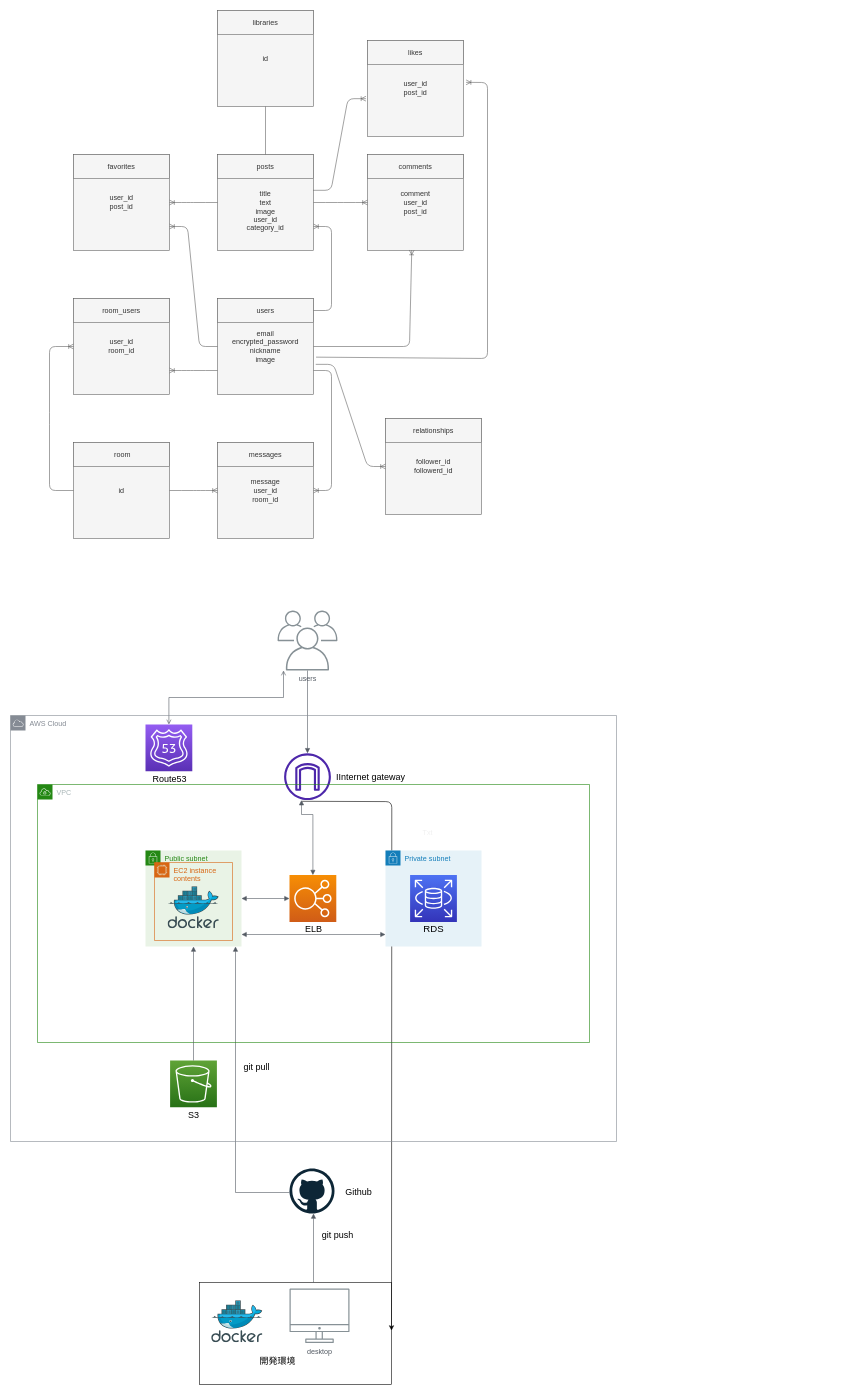
tech-zack/from-me-to-you-1 keeps this draw.io diagram as .dio. Above is the earlier version. Source tidied: cells renumbered, new cells numbered last; positions are measured from the earlier drawing's top-left corner, leaving out a move shared by most shapes. Both pictures are drawn from the tidied source at 60%, with x=0, y=0 at pixel (10, 10).
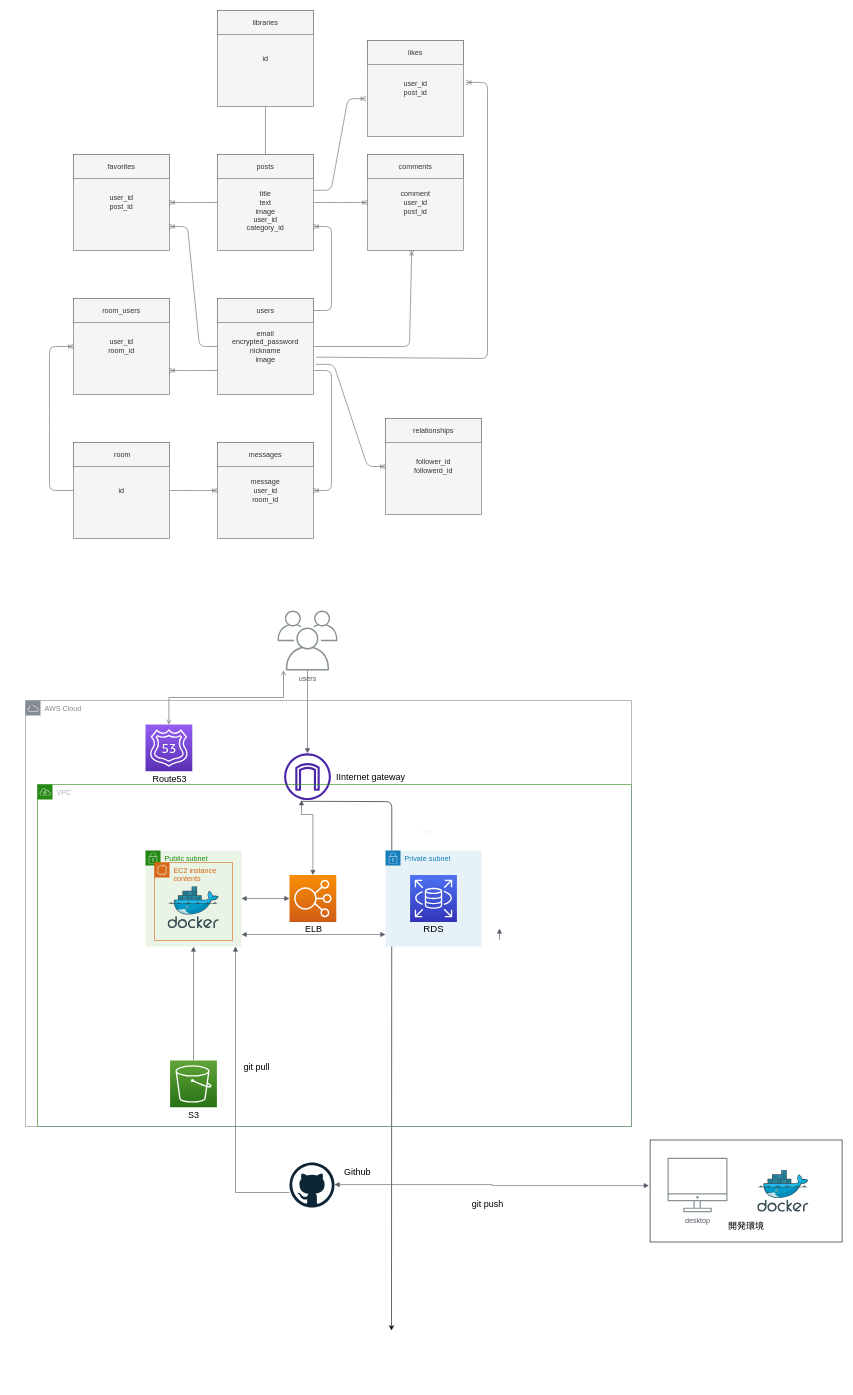
The same diagram, later.

Commit message (it also covers changes not shown here):
インフラ構成図画像変更

The edit, as a diff of the source:
```diff
@@
     <mxCell id="38" style="html=1;align=center;image;fontSize=12;image=img/lib/mscae/Docker.svg;fontColor=#F0F0F0;" parent="1" vertex="1">
-      <mxGeometry x="335" y="2150" width="85.4" height="70" as="geometry" />
+      <mxGeometry x="1245" y="1932.5" width="85.4" height="70" as="geometry" />
     </mxCell>
-    <mxCell id="39" style="dashed=0;html=1;align=center;labelPosition=center;verticalLabelPosition=bottom;verticalAlign=top;shape=mxgraph.weblogos.github;fontColor=#F0F0F0;" parent="1" vertex="1">
-      <mxGeometry x="465" y="1930" width="75" height="75" as="geometry" />
-    </mxCell>
     <mxCell id="40" value="desktop" style="gradientColor=none;fontColor=#545B64;strokeColor=none;fillColor=#879196;dashed=0;verticalLabelPosition=bottom;verticalAlign=top;align=center;html=1;fontSize=12;fontStyle=0;shape=mxgraph.aws4.illustration_desktop;" parent="1" vertex="1">
-      <mxGeometry x="465" y="2130" width="100" height="91" as="geometry" />
+      <mxGeometry x="1095" y="1912" width="100" height="91" as="geometry" />
     </mxCell>
     <mxCell id="41" style="rounded=0;whiteSpace=wrap;html=1;fontColor=#F0F0F0;fillColor=none;strokeColor=#080808;" parent="1" vertex="1">
-      <mxGeometry x="315" y="2120" width="320" height="170" as="geometry" />
+      <mxGeometry x="1066" y="1882.5" width="320" height="170" as="geometry" />
     </mxCell>
@@
-    <mxCell id="58" style="edgeStyle=orthogonalEdgeStyle;html=1;endArrow=block;elbow=vertical;startArrow=none;endFill=1;strokeColor=#545B64;rounded=0;fontColor=#F0F0F0;" parent="1" edge="1">
-      <mxGeometry relative="1" as="geometry">
-        <mxPoint x="505" y="2120" as="sourcePoint" />
-        <mxPoint x="505" y="2005" as="targetPoint" />
-        <Array as="points">
-          <mxPoint x="505" y="2117" />
-        </Array>
-      </mxGeometry>
-    </mxCell>
@@
     <mxCell id="64" value="Github" style="text;html=1;align=center;verticalAlign=middle;strokeColor=none;fillColor=none;fontSize=15;fontColor=#000000;" parent="1" vertex="1">
-      <mxGeometry x="545" y="1952.5" width="70" height="30" as="geometry" />
+      <mxGeometry x="543" y="1920" width="70" height="30" as="geometry" />
     </mxCell>
     <mxCell id="65" value="開発環境" style="text;html=1;align=center;verticalAlign=middle;strokeColor=none;fillColor=none;fontSize=15;fontColor=#000000;" parent="1" vertex="1">
-      <mxGeometry x="405" y="2235" width="80" height="30" as="geometry" />
+      <mxGeometry x="1186" y="2010" width="80" height="30" as="geometry" />
     </mxCell>
     <mxCell id="66" value="git push" style="text;html=1;align=center;verticalAlign=middle;strokeColor=none;fillColor=none;fontSize=15;fontColor=#000000;" parent="1" vertex="1">
-      <mxGeometry x="505" y="2025" width="80" height="30" as="geometry" />
+      <mxGeometry x="755" y="1972.5" width="80" height="30" as="geometry" />
     </mxCell>
@@
     <mxCell id="68" value="VPC" style="gradientColor=none;html=1;whiteSpace=wrap;fontSize=12;fontStyle=0;shape=mxgraph.aws4.group;grIcon=mxgraph.aws4.group_vpc;strokeColor=#248814;fillColor=none;verticalAlign=top;align=left;spacingLeft=30;fontColor=#AAB7B8;dashed=0;" parent="1" vertex="1">
-      <mxGeometry x="45" y="1290" width="920" height="430" as="geometry" />
+      <mxGeometry x="45" y="1290" width="990" height="570" as="geometry" />
     </mxCell>
+    <mxCell id="70" value="AWS Cloud" style="outlineConnect=0;gradientColor=none;html=1;whiteSpace=wrap;fontSize=12;fontStyle=0;shape=mxgraph.aws4.group;grIcon=mxgraph.aws4.group_aws_cloud;strokeColor=#858B94;fillColor=none;verticalAlign=top;align=left;spacingLeft=30;fontColor=#858B94;dashed=0;" parent="68" vertex="1">
+      <mxGeometry x="-20" y="-140" width="1010" height="710" as="geometry" />
+    </mxCell>
@@
-    <mxCell id="70" value="AWS Cloud" style="outlineConnect=0;gradientColor=none;html=1;whiteSpace=wrap;fontSize=12;fontStyle=0;shape=mxgraph.aws4.group;grIcon=mxgraph.aws4.group_aws_cloud;strokeColor=#858B94;fillColor=none;verticalAlign=top;align=left;spacingLeft=30;fontColor=#858B94;dashed=0;" parent="1" vertex="1">
-      <mxGeometry y="1175" width="1010" height="710" as="geometry" />
-    </mxCell>
+    <mxCell id="39" style="dashed=0;html=1;align=center;labelPosition=center;verticalLabelPosition=bottom;verticalAlign=top;shape=mxgraph.weblogos.github;fontColor=#F0F0F0;" parent="1" vertex="1">
+      <mxGeometry x="465" y="1920" width="75" height="75" as="geometry" />
+    </mxCell>
+    <mxCell id="71" style="edgeStyle=orthogonalEdgeStyle;html=1;endArrow=block;elbow=vertical;startArrow=none;startFill=1;endFill=1;strokeColor=#545B64;rounded=0;" parent="1" edge="1" source="70">
+      <mxGeometry relative="1" as="geometry">
+        <mxPoint x="815" y="1530" as="targetPoint" />
+        <Array as="points">
+          <mxPoint x="715" y="1540" />
+          <mxPoint x="765" y="1540" />
+          <mxPoint x="765" y="1530" />
+        </Array>
+      </mxGeometry>
+    </mxCell>
+    <mxCell id="72" style="edgeStyle=orthogonalEdgeStyle;html=1;endArrow=block;elbow=vertical;startArrow=block;startFill=1;endFill=1;strokeColor=#545B64;rounded=0;entryX=-0.006;entryY=0.447;entryDx=0;entryDy=0;entryPerimeter=0;" parent="1" edge="1" target="41">
+      <mxGeometry relative="1" as="geometry">
+        <mxPoint x="540" y="1956.8" as="sourcePoint" />
+        <Array as="points">
+          <mxPoint x="803" y="1957" />
+          <mxPoint x="803" y="1959" />
+        </Array>
+      </mxGeometry>
+    </mxCell>
```
